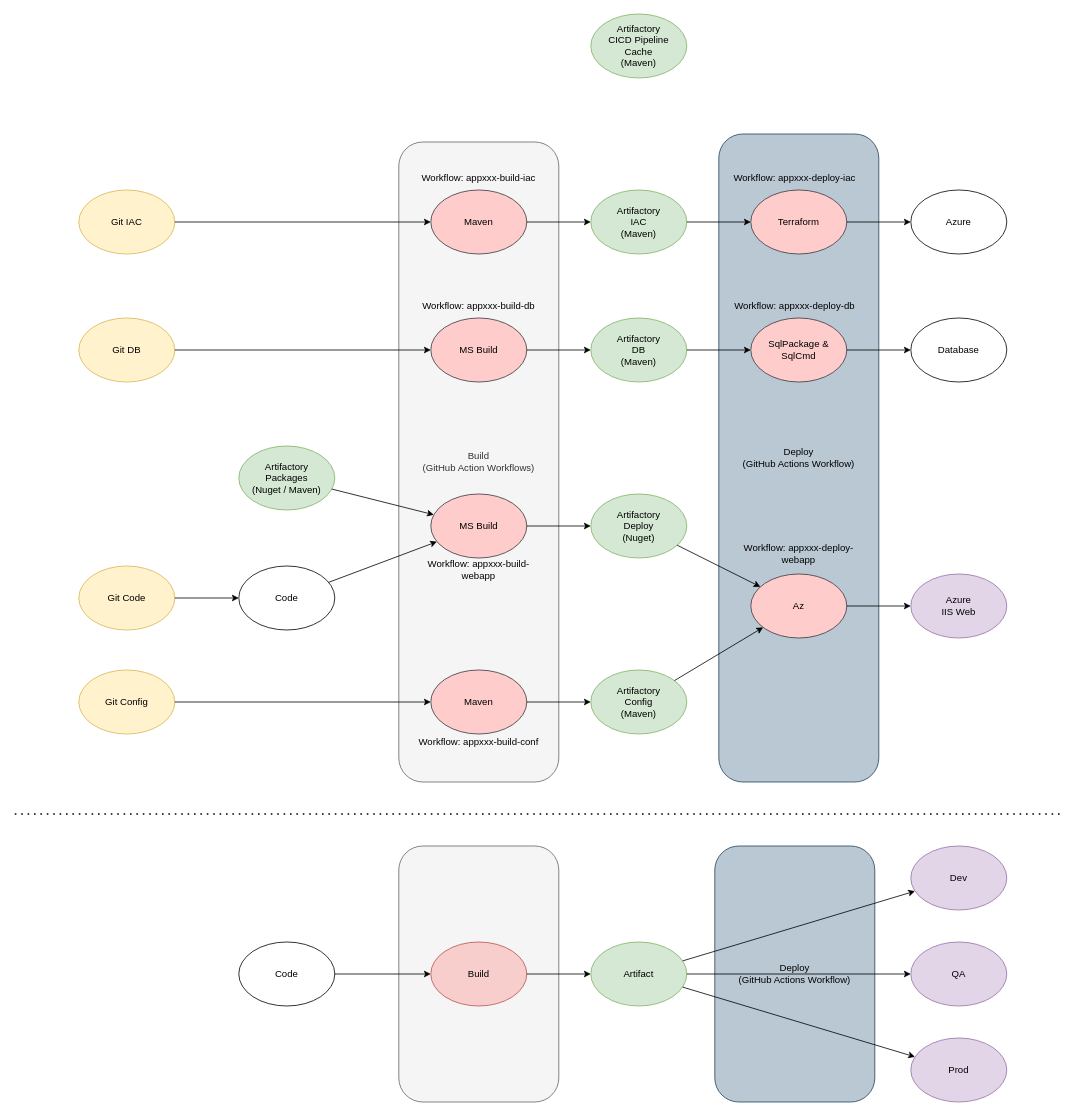
Above: CICD.drawio in KidaneYosief/HelloWorld (draw.io), before the change. Source tidied: cells renumbered, new cells numbered last; positions are measured from the earlier drawing's top-left corner, leaving out a move shared by most shapes. Both pictures are drawn from the tidied source at 80%, with x=0, y=0 at pixel (14, 14).
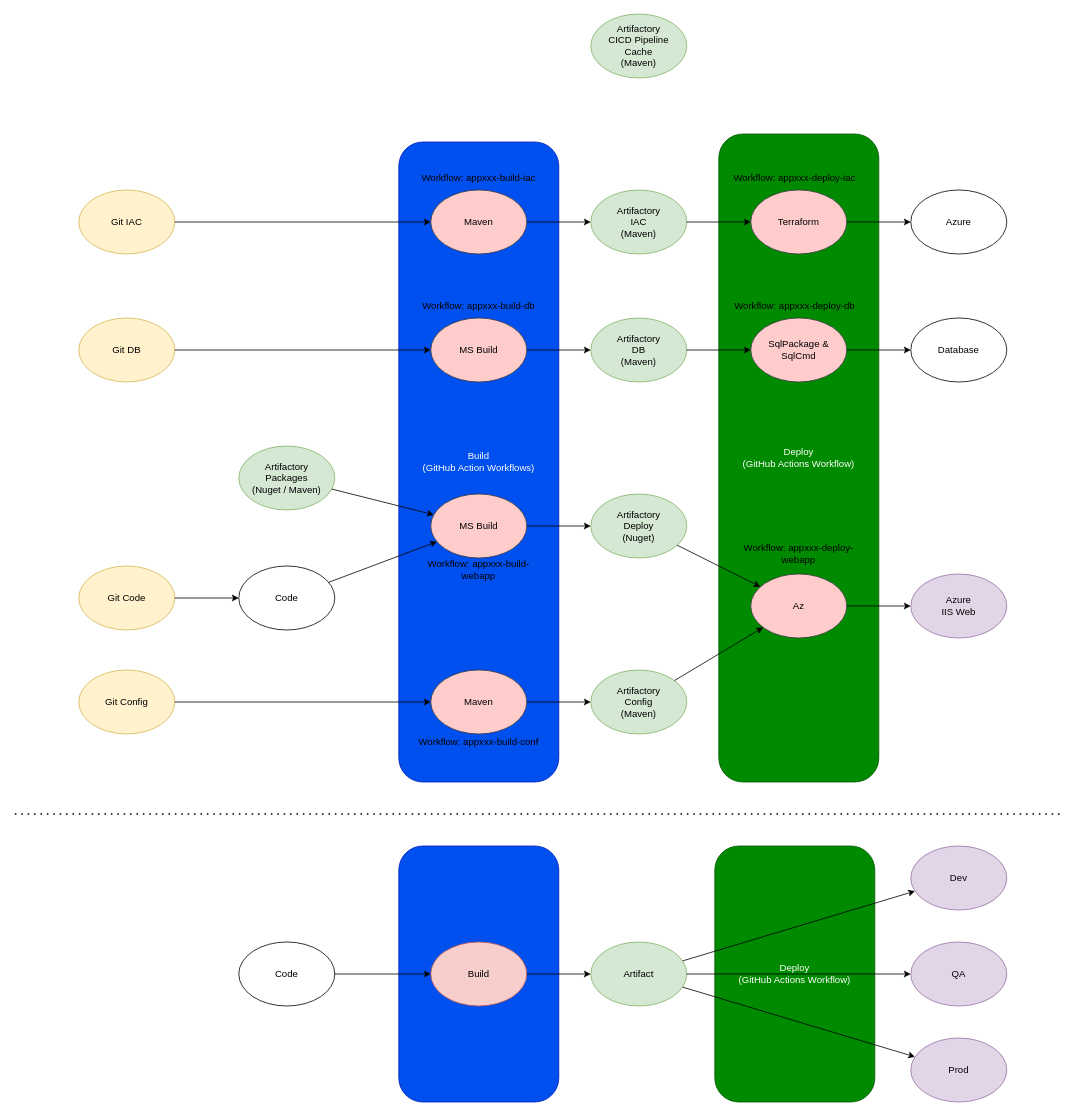
The same diagram, later.

Change to the diagram source:
```diff
@@
-    <mxCell id="2" style="rounded=1;whiteSpace=wrap;html=1;fillColor=#f5f5f5;fontColor=#333333;strokeColor=#666666;" parent="1" vertex="1">
+    <mxCell id="2" style="rounded=1;whiteSpace=wrap;html=1;fillColor=#0050ef;fontColor=#ffffff;strokeColor=#001DBC;" parent="1" vertex="1">
       <mxGeometry x="480" y="1040" width="200" height="320" as="geometry" />
     </mxCell>
-    <mxCell id="3" value="Deploy&lt;br&gt;(GitHub Actions Workflow)" style="rounded=1;whiteSpace=wrap;html=1;fillColor=#bac8d3;strokeColor=#23445d;" parent="1" vertex="1">
+    <mxCell id="3" value="Deploy&lt;br&gt;(GitHub Actions Workflow)" style="rounded=1;whiteSpace=wrap;html=1;fillColor=#008a00;strokeColor=#005700;fontColor=#ffffff;" parent="1" vertex="1">
       <mxGeometry x="875" y="1040" width="200" height="320" as="geometry" />
     </mxCell>
-    <mxCell id="4" value="Deploy&lt;br&gt;(GitHub Actions Workflow)" style="rounded=1;whiteSpace=wrap;html=1;fillColor=#bac8d3;strokeColor=#23445d;" parent="1" vertex="1">
+    <mxCell id="4" value="Deploy&lt;br&gt;(GitHub Actions Workflow)" style="rounded=1;whiteSpace=wrap;html=1;fillColor=#008a00;strokeColor=#005700;fontColor=#ffffff;" parent="1" vertex="1">
       <mxGeometry x="880" y="150" width="200" height="810" as="geometry" />
     </mxCell>
-    <mxCell id="5" value="Build&lt;br&gt;(GitHub Action Workflows)" style="rounded=1;whiteSpace=wrap;html=1;fillColor=#f5f5f5;fontColor=#333333;strokeColor=#666666;" parent="1" vertex="1">
+    <mxCell id="5" value="Build&lt;br&gt;(GitHub Action Workflows)" style="rounded=1;whiteSpace=wrap;html=1;fillColor=#0050ef;fontColor=#ffffff;strokeColor=#001DBC;" parent="1" vertex="1">
       <mxGeometry x="480" y="160" width="200" height="800" as="geometry" />
     </mxCell>
```
